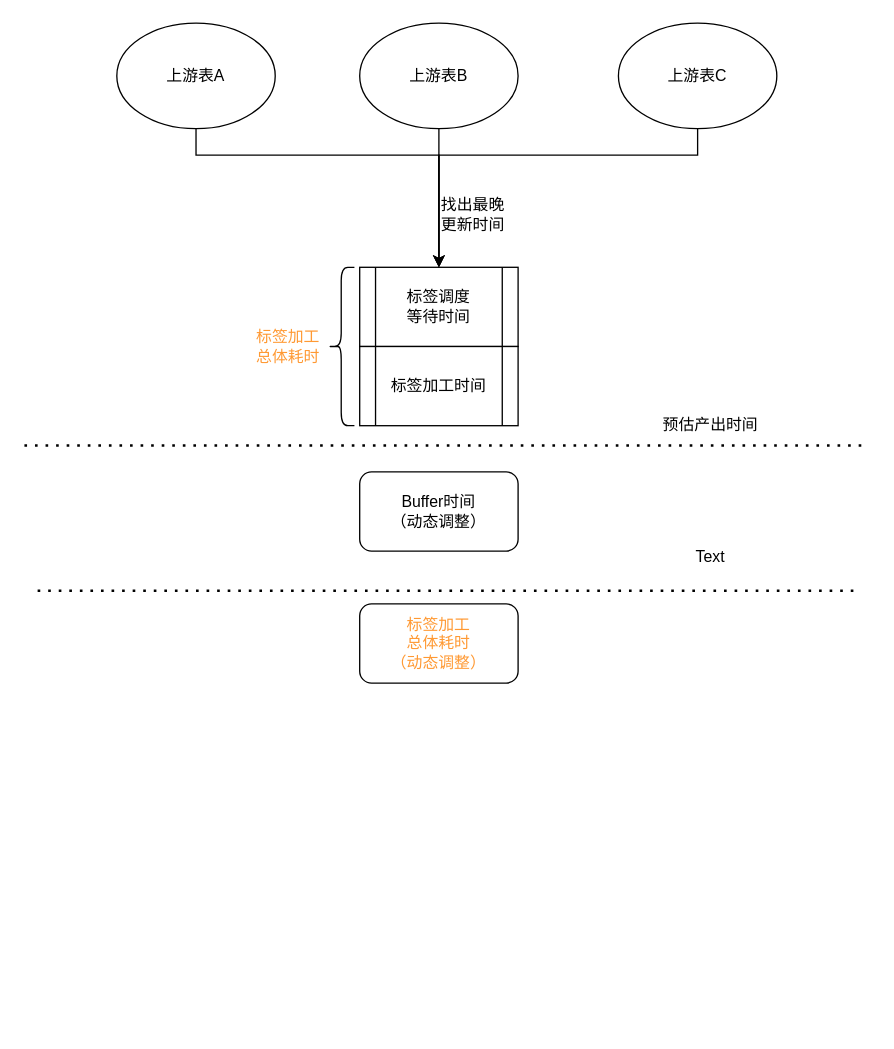
Above: 标签预估完成时间推导.drawio in 1418956397/JavaWeb-Project-Source-Share (draw.io), before the change. Source tidied: cells renumbered, new cells numbered last; positions are measured from the earlier drawing's top-left corner, leaving out a move shared by most shapes. Both pictures are drawn from the tidied source at 132%, with x=0, y=0 at pixel (24, 22).
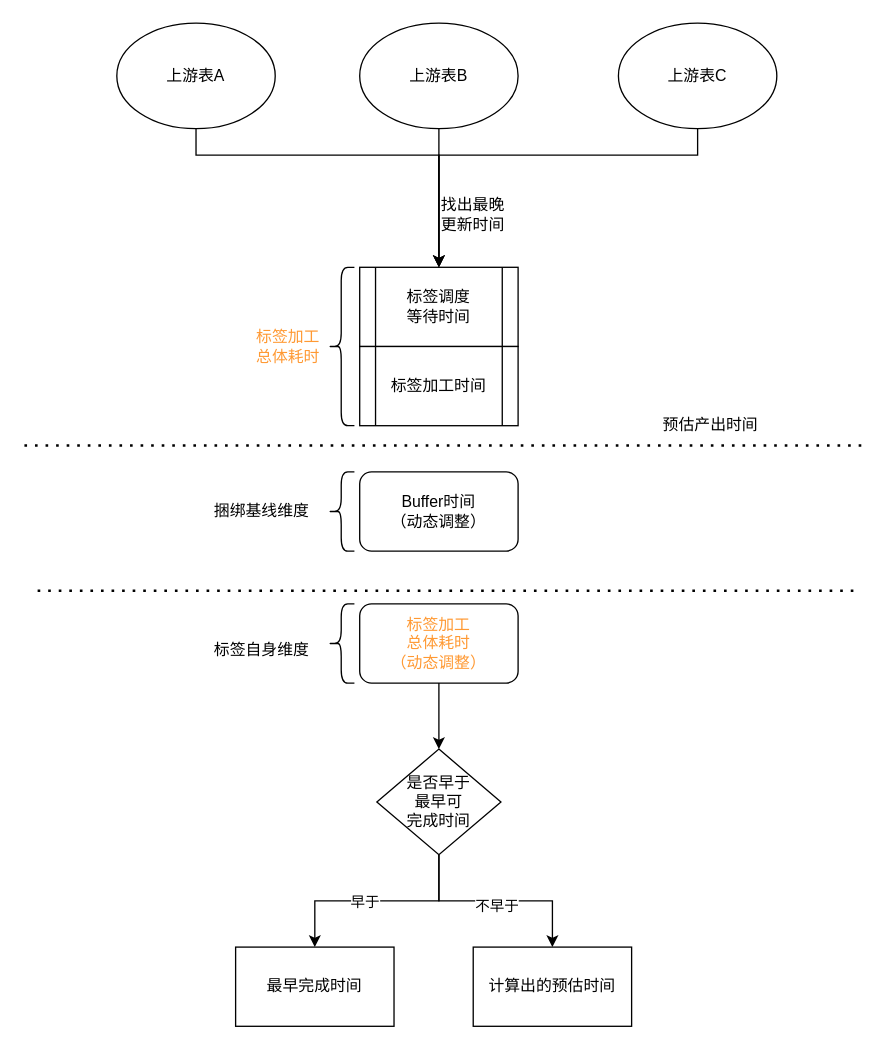
The same page after the edit.

Commit message:
更新标签预估完成时间推导.drawio

The change refers to these unchanged cells:
```xml
<mxCell id="16" style="rounded=1;whiteSpace=wrap;html=1;" parent="1" vertex="1">
  <mxGeometry x="254" y="440" width="120" height="60" as="geometry" />
</mxCell>
```

Diff of the diagram source:
```diff
@@
+    <mxCell id="20" style="edgeStyle=orthogonalEdgeStyle;rounded=0;jettySize=auto;html=1;entryX=0.5;entryY=0;entryDx=0;entryDy=0;" parent="1" edge="1" source="16" target="29">
+      <mxGeometry relative="1" as="geometry" />
+    </mxCell>
@@
-    <mxCell id="19" value="Text" style="text;html=1;whiteSpace=wrap;strokeColor=none;fillColor=none;align=center;verticalAlign=middle;rounded=0;" parent="1" vertex="1">
-      <mxGeometry x="490" y="390" width="60" height="30" as="geometry" />
-    </mxCell>
+    <mxCell id="21" style="shape=curlyBracket;whiteSpace=wrap;html=1;rounded=1;labelPosition=left;verticalLabelPosition=middle;align=right;verticalAlign=middle;" parent="1" vertex="1">
+      <mxGeometry x="230" y="340" width="20" height="60" as="geometry" />
+    </mxCell>
+    <mxCell id="22" value="捆绑基线维度" style="text;html=1;whiteSpace=wrap;strokeColor=none;fillColor=none;align=center;verticalAlign=middle;rounded=0;" parent="1" vertex="1">
+      <mxGeometry x="140" y="355" width="80" height="30" as="geometry" />
+    </mxCell>
+    <mxCell id="23" style="shape=curlyBracket;whiteSpace=wrap;html=1;rounded=1;labelPosition=left;verticalLabelPosition=middle;align=right;verticalAlign=middle;" parent="1" vertex="1">
+      <mxGeometry x="230" y="440" width="20" height="60" as="geometry" />
+    </mxCell>
+    <mxCell id="24" value="标签自身维度" style="text;html=1;whiteSpace=wrap;strokeColor=none;fillColor=none;align=center;verticalAlign=middle;rounded=0;" parent="1" vertex="1">
+      <mxGeometry x="140" y="460" width="80" height="30" as="geometry" />
+    </mxCell>
+    <mxCell id="25" style="edgeStyle=orthogonalEdgeStyle;rounded=0;jettySize=auto;html=1;entryX=0.5;entryY=0;entryDx=0;entryDy=0;" parent="1" edge="1" source="29" target="30">
+      <mxGeometry relative="1" as="geometry" />
+    </mxCell>
+    <mxCell id="26" value="早于" style="edgeLabel;html=1;align=center;verticalAlign=middle;" parent="25" vertex="1">
+      <mxGeometry x="0.12" relative="1" as="geometry" />
+    </mxCell>
+    <mxCell id="27" style="edgeStyle=orthogonalEdgeStyle;rounded=0;jettySize=auto;html=1;entryX=0.5;entryY=0;entryDx=0;entryDy=0;" parent="1" edge="1" source="29" target="31">
+      <mxGeometry relative="1" as="geometry" />
+    </mxCell>
+    <mxCell id="28" value="不早于" style="edgeLabel;html=1;align=center;verticalAlign=middle;" parent="27" vertex="1">
+      <mxGeometry y="-3" relative="1" as="geometry" />
+    </mxCell>
+    <mxCell id="29" value="是否早于&lt;div&gt;最早可&lt;/div&gt;&lt;div&gt;完成时间&lt;/div&gt;" style="rhombus;whiteSpace=wrap;html=1;" parent="1" vertex="1">
+      <mxGeometry x="267" y="550" width="94" height="80" as="geometry" />
+    </mxCell>
+    <mxCell id="30" value="最早完成时间" style="rounded=0;whiteSpace=wrap;html=1;" parent="1" vertex="1">
+      <mxGeometry x="160" y="700" width="120" height="60" as="geometry" />
+    </mxCell>
+    <mxCell id="31" value="计算出的预估时间" style="rounded=0;whiteSpace=wrap;html=1;" parent="1" vertex="1">
+      <mxGeometry x="340" y="700" width="120" height="60" as="geometry" />
+    </mxCell>
```
